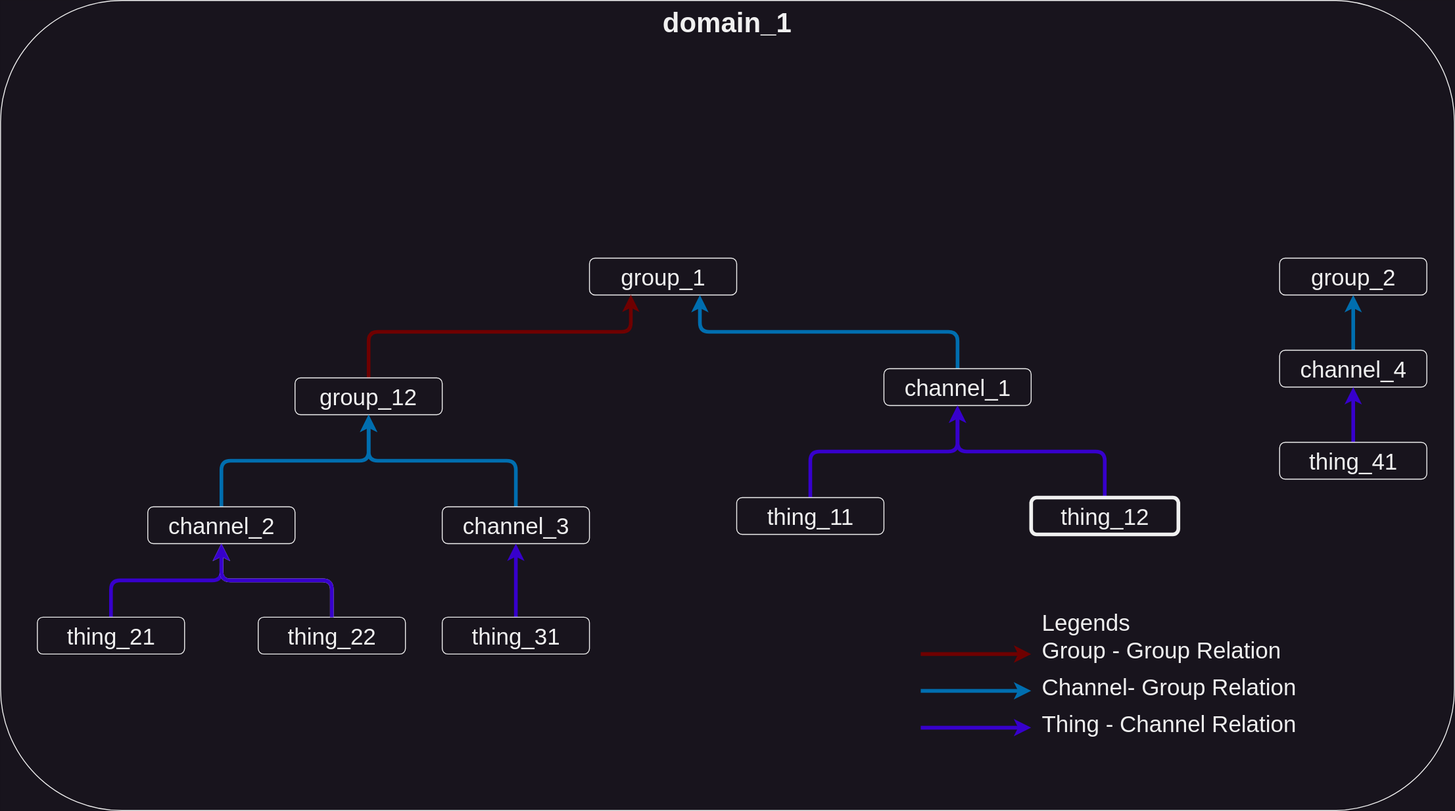
The draw.io diagram docs/diagrams/domain_users.svg in nyagamunene/supermq-docs, before a commit. Source tidied: cells renumbered, new cells last; positions are measured from the earlier drawing's top-left corner, leaving out a move shared by most shapes.
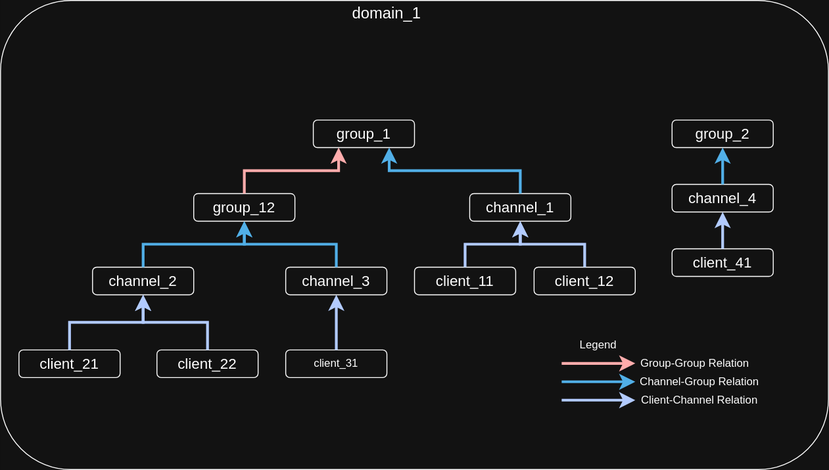
The same file after the commit.

What changed in the source:
```diff
@@ -2,134 +2,113 @@
   <root>
     <mxCell id="0" />
     <mxCell id="1" parent="0" />
-    <mxCell id="2" value="Domain_1_container" parent="0" />
+    <mxCell id="39" style="rounded=1;whiteSpace=wrap;html=1;" parent="1" vertex="1">
+      <mxGeometry x="580" y="130" width="900" height="510" as="geometry" />
+    </mxCell>
+    <mxCell id="11" value="&lt;font style=&quot;font-size: 16px;&quot;&gt;channel_3&lt;/font&gt;" style="rounded=1;whiteSpace=wrap;html=1;" parent="1" vertex="1">
+      <mxGeometry x="890" y="420" width="110" height="30" as="geometry" />
+    </mxCell>
+    <mxCell id="9" value="&lt;font style=&quot;font-size: 16px;&quot;&gt;channel_2&lt;/font&gt;" style="rounded=1;whiteSpace=wrap;html=1;" parent="1" vertex="1">
+      <mxGeometry x="680" y="420" width="110" height="30" as="geometry" />
+    </mxCell>
+    <mxCell id="7" value="&lt;font style=&quot;font-size: 16px;&quot;&gt;group_12&lt;/font&gt;" style="rounded=1;whiteSpace=wrap;html=1;" parent="1" vertex="1">
+      <mxGeometry x="790" y="340" width="110" height="30" as="geometry" />
+    </mxCell>
+    <mxCell id="40" value="&lt;font style=&quot;font-size: 16px;&quot;&gt;client_21&lt;/font&gt;" style="rounded=1;whiteSpace=wrap;html=1;" parent="1" vertex="1">
+      <mxGeometry x="600" y="510" width="110" height="30" as="geometry" />
+    </mxCell>
+    <mxCell id="41" value="&lt;font style=&quot;font-size: 16px;&quot;&gt;client_22&lt;/font&gt;" style="rounded=1;whiteSpace=wrap;html=1;" parent="1" vertex="1">
+      <mxGeometry x="750" y="510" width="110" height="30" as="geometry" />
+    </mxCell>
+    <mxCell id="42" value="client_31" style="rounded=1;whiteSpace=wrap;html=1;" parent="1" vertex="1">
+      <mxGeometry x="890" y="510" width="110" height="30" as="geometry" />
+    </mxCell>
+    <mxCell id="13" value="&lt;font style=&quot;font-size: 16px;&quot;&gt;channel_1&lt;/font&gt;" style="rounded=1;whiteSpace=wrap;html=1;" parent="1" vertex="1">
+      <mxGeometry x="1090" y="340" width="110" height="30" as="geometry" />
+    </mxCell>
+    <mxCell id="43" value="&lt;font style=&quot;font-size: 16px;&quot;&gt;client_11&lt;/font&gt;" style="rounded=1;whiteSpace=wrap;html=1;" parent="1" vertex="1">
+      <mxGeometry x="1030" y="420" width="110" height="30" as="geometry" />
+    </mxCell>
+    <mxCell id="44" value="&lt;font style=&quot;font-size: 16px;&quot;&gt;client_12&lt;/font&gt;" style="rounded=1;whiteSpace=wrap;html=1;" parent="1" vertex="1">
+      <mxGeometry x="1160" y="420" width="110" height="30" as="geometry" />
+    </mxCell>
+    <mxCell id="27" value="&lt;font style=&quot;font-size: 16px;&quot;&gt;channel_4&lt;/font&gt;" style="rounded=1;whiteSpace=wrap;html=1;" parent="1" vertex="1">
+      <mxGeometry x="1310" y="330" width="110" height="30" as="geometry" />
+    </mxCell>
+    <mxCell id="45" value="&lt;font style=&quot;font-size: 16px;&quot;&gt;client_41&lt;/font&gt;" style="rounded=1;whiteSpace=wrap;html=1;" parent="1" vertex="1">
+      <mxGeometry x="1310" y="400" width="110" height="30" as="geometry" />
+    </mxCell>
+    <mxCell id="5" value="&lt;font style=&quot;font-size: 16px;&quot;&gt;group_1&lt;/font&gt;" style="rounded=1;whiteSpace=wrap;html=1;" parent="1" vertex="1">
+      <mxGeometry x="920" y="260" width="110" height="30" as="geometry" />
+    </mxCell>
+    <mxCell id="25" value="&lt;font style=&quot;font-size: 16px;&quot;&gt;group_2&lt;/font&gt;" style="rounded=1;whiteSpace=wrap;html=1;" parent="1" vertex="1">
+      <mxGeometry x="1310" y="260" width="110" height="30" as="geometry" />
+    </mxCell>
+    <mxCell id="46" style="edgeStyle=elbowEdgeStyle;elbow=vertical;endArrow=classic;html=1;curved=0;rounded=0;endSize=8;startSize=8;fontSize=12;exitX=0.5;exitY=0;exitDx=0;exitDy=0;entryX=0.5;entryY=1;entryDx=0;entryDy=0;fillColor=#0050ef;strokeColor=#001DBC;strokeWidth=3;" parent="1" edge="1" source="40" target="9">
+      <mxGeometry relative="1" as="geometry" />
+    </mxCell>
+    <mxCell id="47" style="edgeStyle=elbowEdgeStyle;elbow=vertical;endArrow=classic;html=1;curved=0;rounded=0;endSize=8;startSize=8;fontSize=12;exitX=0.5;exitY=0;exitDx=0;exitDy=0;entryX=0.5;entryY=1;entryDx=0;entryDy=0;fillColor=#0050ef;strokeColor=#001DBC;strokeWidth=3;" parent="1" edge="1" source="41" target="9">
+      <mxGeometry relative="1" as="geometry" />
+    </mxCell>
+    <mxCell id="48" style="endArrow=classic;html=1;rounded=0;fontSize=12;startSize=8;endSize=8;curved=1;entryX=0.5;entryY=1;entryDx=0;entryDy=0;exitX=0.5;exitY=0;exitDx=0;exitDy=0;fillColor=#0050ef;strokeColor=#001DBC;strokeWidth=3;" parent="1" edge="1" source="42" target="11">
+      <mxGeometry relative="1" as="geometry" />
+    </mxCell>
+    <mxCell id="8" style="edgeStyle=elbowEdgeStyle;elbow=vertical;endArrow=classic;html=1;curved=0;rounded=0;endSize=8;startSize=8;fontSize=12;exitX=0.5;exitY=0;exitDx=0;exitDy=0;entryX=0.5;entryY=1;entryDx=0;entryDy=0;fillColor=#1ba1e2;strokeColor=#006EAF;strokeWidth=3;" parent="1" edge="1" source="9" target="7">
+      <mxGeometry relative="1" as="geometry" />
+    </mxCell>
+    <mxCell id="10" style="edgeStyle=elbowEdgeStyle;elbow=vertical;endArrow=classic;html=1;curved=0;rounded=0;endSize=8;startSize=8;fontSize=12;entryX=0.5;entryY=1;entryDx=0;entryDy=0;fillColor=#1ba1e2;strokeColor=#006EAF;strokeWidth=3;" parent="1" edge="1" source="11" target="7">
+      <mxGeometry relative="1" as="geometry" />
+    </mxCell>
+    <mxCell id="6" style="edgeStyle=elbowEdgeStyle;elbow=vertical;endArrow=classic;html=1;curved=0;rounded=0;endSize=8;startSize=8;fontSize=12;exitX=0.5;exitY=0;exitDx=0;exitDy=0;entryX=0.25;entryY=1;entryDx=0;entryDy=0;fillColor=#e51400;strokeColor=#B20000;strokeWidth=3;" parent="1" edge="1" source="7" target="5">
+      <mxGeometry relative="1" as="geometry" />
+    </mxCell>
+    <mxCell id="12" style="edgeStyle=elbowEdgeStyle;elbow=vertical;endArrow=classic;html=1;curved=0;rounded=0;endSize=8;startSize=8;fontSize=12;entryX=0.75;entryY=1;entryDx=0;entryDy=0;exitX=0.5;exitY=0;exitDx=0;exitDy=0;fillColor=#1ba1e2;strokeColor=#006EAF;strokeWidth=3;" parent="1" edge="1" source="13" target="5">
+      <mxGeometry relative="1" as="geometry" />
+    </mxCell>
+    <mxCell id="49" style="edgeStyle=elbowEdgeStyle;elbow=vertical;endArrow=classic;html=1;curved=0;rounded=0;endSize=8;startSize=8;fontSize=12;exitX=0.5;exitY=0;exitDx=0;exitDy=0;entryX=0.5;entryY=1;entryDx=0;entryDy=0;fillColor=#0050ef;strokeColor=#001DBC;strokeWidth=3;" parent="1" edge="1" source="43" target="13">
+      <mxGeometry relative="1" as="geometry" />
+    </mxCell>
+    <mxCell id="50" style="edgeStyle=elbowEdgeStyle;elbow=vertical;endArrow=classic;html=1;curved=0;rounded=0;endSize=8;startSize=8;fontSize=12;entryX=0.5;entryY=1;entryDx=0;entryDy=0;exitX=0.5;exitY=0;exitDx=0;exitDy=0;fillColor=#0050ef;strokeColor=#001DBC;strokeWidth=3;" parent="1" edge="1" source="44" target="13">
+      <mxGeometry relative="1" as="geometry" />
+    </mxCell>
+    <mxCell id="51" style="endArrow=classic;html=1;rounded=0;fontSize=12;startSize=8;endSize=8;curved=1;entryX=0.5;entryY=1;entryDx=0;entryDy=0;exitX=0.5;exitY=0;exitDx=0;exitDy=0;fillColor=#0050ef;strokeColor=#001DBC;strokeWidth=3;" parent="1" edge="1" source="45" target="27">
+      <mxGeometry relative="1" as="geometry" />
+    </mxCell>
+    <mxCell id="26" style="endArrow=classic;html=1;rounded=0;fontSize=12;startSize=8;endSize=8;curved=1;entryX=0.5;entryY=1;entryDx=0;entryDy=0;exitX=0.5;exitY=0;exitDx=0;exitDy=0;fillColor=#1ba1e2;strokeColor=#006EAF;strokeWidth=3;" parent="1" edge="1" source="27" target="25">
+      <mxGeometry relative="1" as="geometry" />
+    </mxCell>
+    <mxCell id="52" value="Legend" style="text;html=1;align=center;verticalAlign=middle;whiteSpace=wrap;rounded=0;" parent="1" vertex="1">
+      <mxGeometry x="1200" y="490" width="60" height="30" as="geometry" />
+    </mxCell>
+    <mxCell id="53" style="endArrow=classic;html=1;rounded=0;fontSize=12;startSize=8;endSize=8;curved=1;fillColor=#e51400;strokeColor=#B20000;strokeWidth=3;" parent="1" edge="1">
+      <mxGeometry relative="1" as="geometry">
+        <mxPoint x="1190" y="524.6" as="sourcePoint" />
+        <mxPoint x="1270" y="524.6" as="targetPoint" />
+      </mxGeometry>
+    </mxCell>
+    <mxCell id="54" style="endArrow=classic;html=1;rounded=0;fontSize=12;startSize=8;endSize=8;curved=1;fillColor=#1ba1e2;strokeColor=#006EAF;strokeWidth=3;" parent="1" edge="1">
+      <mxGeometry relative="1" as="geometry">
+        <mxPoint x="1190" y="544.6" as="sourcePoint" />
+        <mxPoint x="1270" y="544.6" as="targetPoint" />
+      </mxGeometry>
+    </mxCell>
+    <mxCell id="55" style="endArrow=classic;html=1;rounded=0;fontSize=12;startSize=8;endSize=8;curved=1;fillColor=#0050ef;strokeColor=#001DBC;strokeWidth=3;" parent="1" edge="1">
+      <mxGeometry relative="1" as="geometry">
+        <mxPoint x="1190" y="564.6" as="sourcePoint" />
+        <mxPoint x="1270" y="564.6" as="targetPoint" />
+      </mxGeometry>
+    </mxCell>
+    <mxCell id="56" value="Group-Group Relation" style="text;html=1;align=center;verticalAlign=middle;whiteSpace=wrap;rounded=0;" parent="1" vertex="1">
+      <mxGeometry x="1270" y="510" width="130" height="30" as="geometry" />
+    </mxCell>
+    <mxCell id="57" value="Channel-Group Relation" style="text;html=1;align=center;verticalAlign=middle;whiteSpace=wrap;rounded=0;" parent="1" vertex="1">
+      <mxGeometry x="1270" y="530" width="140" height="30" as="geometry" />
+    </mxCell>
+    <mxCell id="58" value="Client-Channel Relation" style="text;html=1;align=center;verticalAlign=middle;whiteSpace=wrap;rounded=0;" parent="1" vertex="1">
+      <mxGeometry x="1270" y="550" width="140" height="30" as="geometry" />
+    </mxCell>
-    <mxCell id="3" value="&lt;font style=&quot;font-size: 30px;&quot;&gt;&lt;b style=&quot;&quot;&gt;domain_1&lt;/b&gt;&lt;/font&gt;" style="rounded=1;whiteSpace=wrap;html=1;verticalAlign=top;" parent="2" vertex="1">
-      <mxGeometry width="1580" height="880" as="geometry" />
+    <mxCell id="3" value="&lt;font style=&quot;font-size: 17px;&quot;&gt;domain_1&lt;/font&gt;" style="text;html=1;align=center;verticalAlign=middle;whiteSpace=wrap;rounded=0;" parent="1" vertex="1">
+      <mxGeometry x="910" y="130" width="180" height="30" as="geometry" />
     </mxCell>
-    <mxCell id="4" value="Domain_1_entities" parent="0" />
-    <mxCell id="5" value="group_1" style="rounded=1;html=1;fontSize=25;" parent="4" vertex="1">
-      <mxGeometry x="640" y="280" width="160" height="40" as="geometry" />
-    </mxCell>
-    <mxCell id="6" style="edgeStyle=elbowEdgeStyle;rounded=1;elbow=vertical;html=1;entryX=0.281;entryY=0.988;entryDx=0;entryDy=0;fontSize=20;fillColor=#a20025;strokeColor=#6F0000;strokeWidth=4;entryPerimeter=0;" parent="4" edge="1" source="7" target="5">
-      <mxGeometry relative="1" as="geometry">
-        <Array as="points">
-          <mxPoint x="560" y="360" />
-        </Array>
-      </mxGeometry>
-    </mxCell>
-    <mxCell id="7" value="group_12" style="rounded=1;whiteSpace=wrap;html=1;fontSize=25;" parent="4" vertex="1">
-      <mxGeometry x="320" y="410" width="160" height="40" as="geometry" />
-    </mxCell>
-    <mxCell id="8" style="edgeStyle=elbowEdgeStyle;html=1;entryX=0.5;entryY=1;entryDx=0;entryDy=0;fontSize=20;elbow=vertical;fillColor=#1ba1e2;strokeColor=#006EAF;strokeWidth=4;" parent="4" edge="1" source="9" target="7">
-      <mxGeometry relative="1" as="geometry" />
-    </mxCell>
-    <mxCell id="9" value="channel_2" style="rounded=1;html=1;fontSize=25;" parent="4" vertex="1">
-      <mxGeometry x="160" y="550" width="160" height="40" as="geometry" />
-    </mxCell>
-    <mxCell id="10" style="edgeStyle=elbowEdgeStyle;rounded=1;elbow=vertical;html=1;fontSize=20;fillColor=#1ba1e2;strokeColor=#006EAF;strokeWidth=4;" parent="4" edge="1" source="11" target="7">
-      <mxGeometry relative="1" as="geometry" />
-    </mxCell>
-    <mxCell id="11" value="channel_3" style="rounded=1;html=1;fontSize=25;" parent="4" vertex="1">
-      <mxGeometry x="480" y="550" width="160" height="40" as="geometry" />
-    </mxCell>
-    <mxCell id="12" style="edgeStyle=elbowEdgeStyle;rounded=1;elbow=vertical;html=1;fontSize=20;fillColor=#1ba1e2;strokeColor=#006EAF;strokeWidth=4;entryX=0.75;entryY=1;entryDx=0;entryDy=0;" parent="4" edge="1" source="13" target="5">
-      <mxGeometry relative="1" as="geometry" />
-    </mxCell>
-    <mxCell id="13" value="channel_1" style="rounded=1;html=1;fontSize=25;" parent="4" vertex="1">
-      <mxGeometry x="960" y="400" width="160" height="40" as="geometry" />
-    </mxCell>
-    <mxCell id="14" style="edgeStyle=none;html=1;entryX=0.5;entryY=1;entryDx=0;entryDy=0;fontSize=20;fillColor=#6a00ff;strokeColor=#3700CC;strokeWidth=4;" parent="4" edge="1" source="15" target="13">
-      <mxGeometry relative="1" as="geometry">
-        <Array as="points">
-          <mxPoint x="880" y="490" />
-          <mxPoint x="1040" y="490" />
-        </Array>
-      </mxGeometry>
-    </mxCell>
-    <mxCell id="15" value="thing_11" style="rounded=1;html=1;fontSize=25;" parent="4" vertex="1">
-      <mxGeometry x="800" y="540" width="160" height="40" as="geometry" />
-    </mxCell>
-    <mxCell id="16" style="edgeStyle=none;html=1;entryX=0.5;entryY=1;entryDx=0;entryDy=0;fontSize=20;fillColor=#6a00ff;strokeColor=#3700CC;strokeWidth=4;" parent="4" edge="1" source="17" target="13">
-      <mxGeometry relative="1" as="geometry">
-        <Array as="points">
-          <mxPoint x="1200" y="490" />
-          <mxPoint x="1040" y="490" />
-        </Array>
-      </mxGeometry>
-    </mxCell>
-    <mxCell id="17" value="thing_12" style="rounded=1;html=1;fontSize=25;strokeWidth=4;" parent="4" vertex="1">
-      <mxGeometry x="1120" y="540" width="160" height="40" as="geometry" />
-    </mxCell>
-    <mxCell id="18" style="edgeStyle=elbowEdgeStyle;rounded=1;elbow=vertical;html=1;entryX=0.5;entryY=1;entryDx=0;entryDy=0;fontSize=20;strokeWidth=4;fillColor=#6a00ff;strokeColor=#3700CC;" parent="4" edge="1" source="19" target="9">
-      <mxGeometry relative="1" as="geometry" />
-    </mxCell>
-    <mxCell id="19" value="thing_21" style="rounded=1;html=1;fontSize=25;" parent="4" vertex="1">
-      <mxGeometry x="40" y="670" width="160" height="40" as="geometry" />
-    </mxCell>
-    <mxCell id="20" style="edgeStyle=elbowEdgeStyle;rounded=1;elbow=vertical;html=1;entryX=0.5;entryY=1;entryDx=0;entryDy=0;fontSize=20;strokeWidth=4;" parent="4" edge="1" source="21" target="9">
-      <mxGeometry relative="1" as="geometry" />
-    </mxCell>
-    <mxCell id="21" value="thing_22" style="rounded=1;html=1;fontSize=25;" parent="4" vertex="1">
-      <mxGeometry x="280" y="670" width="160" height="40" as="geometry" />
-    </mxCell>
-    <mxCell id="22" style="edgeStyle=elbowEdgeStyle;rounded=1;elbow=vertical;html=1;fontSize=20;fillColor=#6a00ff;strokeColor=#3700CC;strokeWidth=4;" parent="4" edge="1" source="23" target="11">
-      <mxGeometry relative="1" as="geometry" />
-    </mxCell>
-    <mxCell id="23" value="thing_31" style="rounded=1;html=1;fontSize=25;" parent="4" vertex="1">
-      <mxGeometry x="480" y="670" width="160" height="40" as="geometry" />
-    </mxCell>
-    <mxCell id="24" style="edgeStyle=elbowEdgeStyle;rounded=1;elbow=vertical;html=1;entryX=0.5;entryY=1;entryDx=0;entryDy=0;fontSize=20;fillColor=#6a00ff;strokeColor=#3700CC;strokeWidth=4;" parent="4" edge="1">
-      <mxGeometry relative="1" as="geometry">
-        <mxPoint x="360" y="670" as="sourcePoint" />
-        <mxPoint x="240" y="590" as="targetPoint" />
-      </mxGeometry>
-    </mxCell>
-    <mxCell id="25" value="group_2" style="rounded=1;html=1;fontSize=25;" parent="4" vertex="1">
-      <mxGeometry x="1390" y="280" width="160" height="40" as="geometry" />
-    </mxCell>
-    <mxCell id="26" style="edgeStyle=elbowEdgeStyle;rounded=1;elbow=vertical;html=1;strokeColor=#006EAF;fontSize=25;startArrow=none;startFill=0;endArrow=classic;endFill=1;fillColor=#1ba1e2;strokeWidth=4;" parent="4" edge="1" source="27" target="25">
-      <mxGeometry relative="1" as="geometry" />
-    </mxCell>
-    <mxCell id="27" value="channel_4" style="rounded=1;html=1;fontSize=25;" parent="4" vertex="1">
-      <mxGeometry x="1390" y="380" width="160" height="40" as="geometry" />
-    </mxCell>
-    <mxCell id="28" style="edgeStyle=elbowEdgeStyle;rounded=1;elbow=vertical;html=1;entryX=0.5;entryY=1;entryDx=0;entryDy=0;strokeColor=#3700CC;fontSize=25;startArrow=none;startFill=0;endArrow=classic;endFill=1;fillColor=#6a00ff;strokeWidth=4;" parent="4" edge="1" source="29" target="27">
-      <mxGeometry relative="1" as="geometry" />
-    </mxCell>
-    <mxCell id="29" value="thing_41" style="rounded=1;html=1;fontSize=25;" parent="4" vertex="1">
-      <mxGeometry x="1390" y="480" width="160" height="40" as="geometry" />
-    </mxCell>
-    <mxCell id="30" value="Domain_1_Users" parent="0" />
-    <mxCell id="31" value="Legends" parent="0" />
-    <mxCell id="32" value="Legends" style="text;html=1;strokeColor=none;fillColor=none;align=center;verticalAlign=middle;whiteSpace=wrap;rounded=0;fontSize=25;" parent="31" vertex="1">
-      <mxGeometry x="1105" y="660" width="150" height="30" as="geometry" />
-    </mxCell>
-    <mxCell id="33" style="endArrow=none;startArrow=classic;html=1;rounded=1;strokeColor=#6F0000;fontSize=25;startFill=1;endFill=0;fillColor=#a20025;strokeWidth=4;" parent="31" edge="1">
-      <mxGeometry relative="1" as="geometry">
-        <mxPoint x="1120" y="710" as="sourcePoint" />
-        <mxPoint x="1000" y="710" as="targetPoint" />
-      </mxGeometry>
-    </mxCell>
-    <mxCell id="34" style="endArrow=none;startArrow=classic;html=1;rounded=1;strokeColor=#006EAF;fontSize=25;startFill=1;endFill=0;fillColor=#1ba1e2;strokeWidth=4;" parent="31" edge="1">
-      <mxGeometry relative="1" as="geometry">
-        <mxPoint x="1120" y="750" as="sourcePoint" />
-        <mxPoint x="1000" y="750" as="targetPoint" />
-      </mxGeometry>
-    </mxCell>
-    <mxCell id="35" style="endArrow=none;startArrow=classic;html=1;rounded=1;strokeColor=#3700CC;fontSize=25;startFill=1;endFill=0;fillColor=#6a00ff;strokeWidth=4;" parent="31" edge="1">
-      <mxGeometry relative="1" as="geometry">
-        <mxPoint x="1120" y="790" as="sourcePoint" />
-        <mxPoint x="1000" y="790" as="targetPoint" />
-      </mxGeometry>
-    </mxCell>
-    <mxCell id="36" value="Group - Group Relation" style="text;html=1;strokeColor=none;fillColor=none;align=left;verticalAlign=middle;whiteSpace=wrap;rounded=0;fontSize=25;" parent="31" vertex="1">
-      <mxGeometry x="1130" y="690" width="300" height="30" as="geometry" />
-    </mxCell>
-    <mxCell id="37" value="Channel- Group Relation" style="text;html=1;strokeColor=none;fillColor=none;align=left;verticalAlign=middle;whiteSpace=wrap;rounded=0;fontSize=25;" parent="31" vertex="1">
-      <mxGeometry x="1130" y="730" width="300" height="30" as="geometry" />
-    </mxCell>
-    <mxCell id="38" value="Thing - Channel Relation" style="text;html=1;strokeColor=none;fillColor=none;align=left;verticalAlign=middle;whiteSpace=wrap;rounded=0;fontSize=25;" parent="31" vertex="1">
-      <mxGeometry x="1130" y="770" width="300" height="30" as="geometry" />
-    </mxCell>
   </root>
 </mxGraphModel>
```
